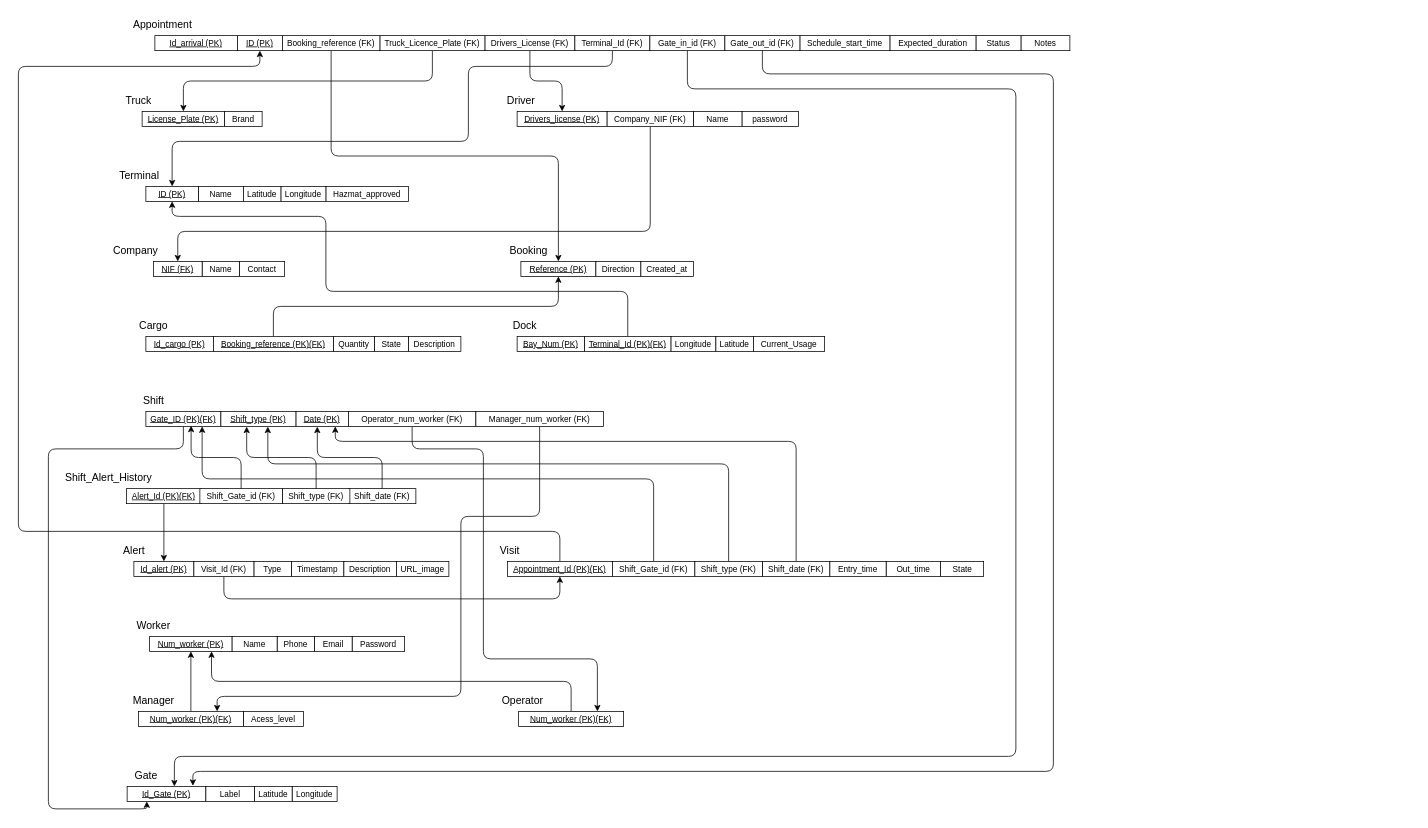
The draw.io diagram docs/bd/Relacional/ER-BD-IntelligentLogistics.drawio in PEI-HAZARDS/IntelligentLogistics, before the edit. Source tidied: cells renumbered, new cells numbered last; positions are measured from the earlier drawing's top-left corner, leaving out a move shared by most shapes. Both pictures are drawn from the tidied source at 75%, with x=0, y=0 at pixel (18, 13).
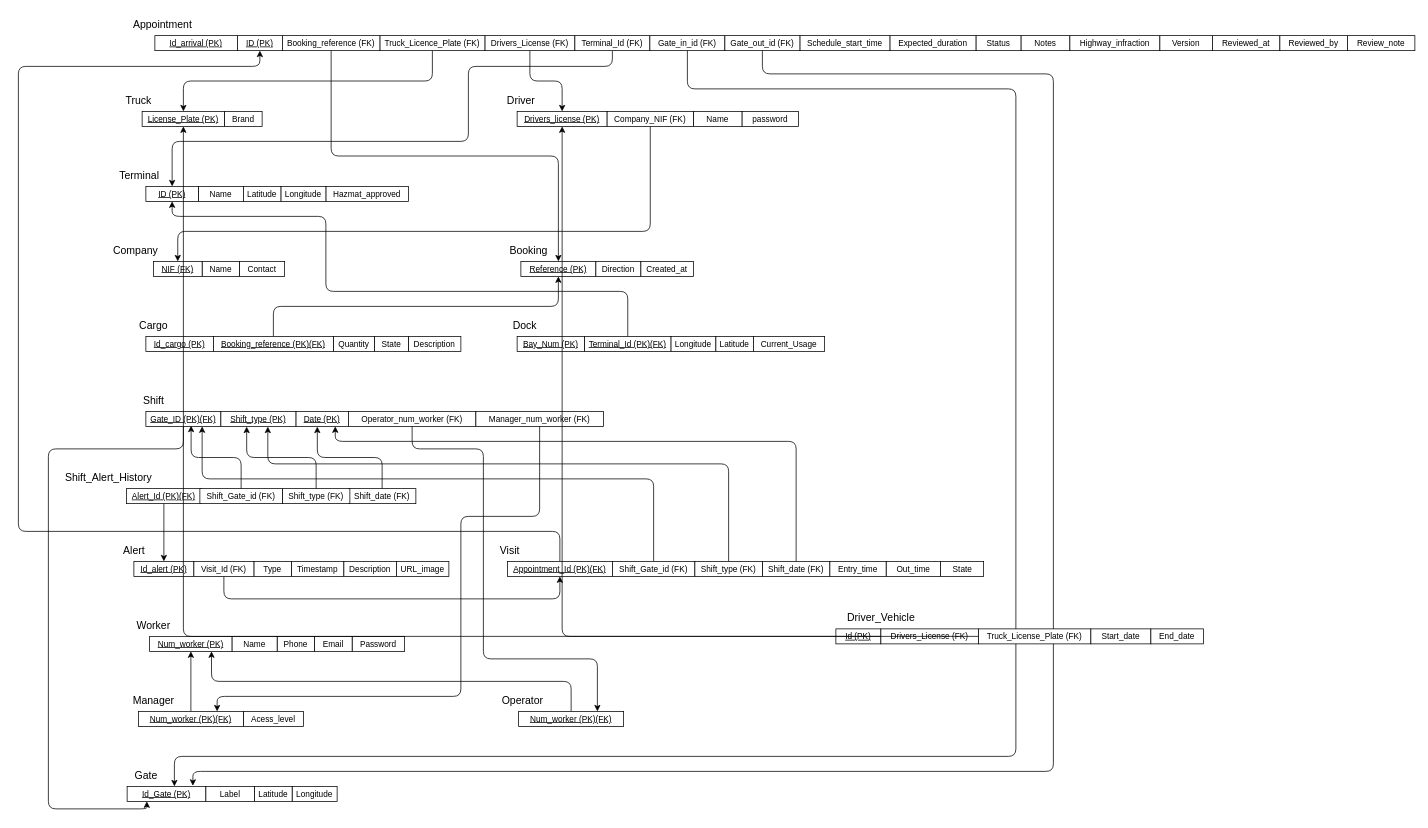
Above is the later version.

Commit message (it also covers changes not shown here):
Enhance database diagrams and update environment configurations

The change refers to these unchanged cells:
```xml
<mxCell id="2" value="&lt;font style=&quot;font-size: 11px;&quot;&gt;&lt;u&gt;License_Plate (PK)&lt;/u&gt;&lt;/font&gt;" style="rounded=0;whiteSpace=wrap;html=1;" parent="1" vertex="1">
  <mxGeometry x="165" y="131" width="110" height="20" as="geometry" />
</mxCell>
<mxCell id="20" value="&lt;font style=&quot;font-size: 11px;&quot;&gt;&lt;u&gt;Drivers_license (PK)&lt;/u&gt;&lt;/font&gt;" style="rounded=0;whiteSpace=wrap;html=1;" parent="1" vertex="1">
  <mxGeometry x="665" y="131" width="120" height="20" as="geometry" />
</mxCell>
```

Change to the diagram source:
```diff
@@
+    <mxCell id="114" value="&lt;font style=&quot;font-size: 11px;&quot;&gt;Highway_infraction&lt;/font&gt;" style="rounded=0;whiteSpace=wrap;html=1;" parent="1" vertex="1">
+      <mxGeometry x="1402" y="30" width="120" height="20" as="geometry" />
+    </mxCell>
+    <mxCell id="115" value="&lt;font style=&quot;font-size: 11px;&quot;&gt;Version&lt;/font&gt;" style="rounded=0;whiteSpace=wrap;html=1;" parent="1" vertex="1">
+      <mxGeometry x="1522" y="30" width="70" height="20" as="geometry" />
+    </mxCell>
+    <mxCell id="116" value="&lt;font style=&quot;font-size: 11px;&quot;&gt;Reviewed_at&lt;/font&gt;" style="rounded=0;whiteSpace=wrap;html=1;" parent="1" vertex="1">
+      <mxGeometry x="1592" y="30" width="90" height="20" as="geometry" />
+    </mxCell>
+    <mxCell id="117" value="&lt;font style=&quot;font-size: 11px;&quot;&gt;Reviewed_by&lt;/font&gt;" style="rounded=0;whiteSpace=wrap;html=1;" parent="1" vertex="1">
+      <mxGeometry x="1682" y="30" width="90" height="20" as="geometry" />
+    </mxCell>
+    <mxCell id="118" value="&lt;font style=&quot;font-size: 11px;&quot;&gt;Review_note&lt;/font&gt;" style="rounded=0;whiteSpace=wrap;html=1;" parent="1" vertex="1">
+      <mxGeometry x="1772" y="30" width="90" height="20" as="geometry" />
+    </mxCell>
+    <mxCell id="119" value="&lt;font style=&quot;font-size: 14px;&quot;&gt;Driver_Vehicle&lt;/font&gt;" style="text;html=1;align=center;verticalAlign=middle;strokeColor=none;fillColor=none;" parent="1" vertex="1">
+      <mxGeometry x="1090" y="791" width="120" height="30" as="geometry" />
+    </mxCell>
+    <mxCell id="120" value="&lt;font style=&quot;font-size: 11px;&quot;&gt;&lt;u&gt;Id (PK)&lt;/u&gt;&lt;/font&gt;" style="rounded=0;whiteSpace=wrap;html=1;" parent="1" vertex="1">
+      <mxGeometry x="1090" y="821" width="60" height="20" as="geometry" />
+    </mxCell>
+    <mxCell id="121" value="&lt;font style=&quot;font-size: 11px;&quot;&gt;Drivers_License (FK)&lt;/font&gt;" style="rounded=0;whiteSpace=wrap;html=1;" parent="1" vertex="1">
+      <mxGeometry x="1150" y="821" width="130" height="20" as="geometry" />
+    </mxCell>
+    <mxCell id="122" value="&lt;font style=&quot;font-size: 11px;&quot;&gt;Truck_License_Plate (FK)&lt;/font&gt;" style="rounded=0;whiteSpace=wrap;html=1;" parent="1" vertex="1">
+      <mxGeometry x="1280" y="821" width="150" height="20" as="geometry" />
+    </mxCell>
+    <mxCell id="123" value="&lt;font style=&quot;font-size: 11px;&quot;&gt;Start_date&lt;/font&gt;" style="rounded=0;whiteSpace=wrap;html=1;" parent="1" vertex="1">
+      <mxGeometry x="1430" y="821" width="80" height="20" as="geometry" />
+    </mxCell>
+    <mxCell id="124" value="&lt;font style=&quot;font-size: 11px;&quot;&gt;End_date&lt;/font&gt;" style="rounded=0;whiteSpace=wrap;html=1;" parent="1" vertex="1">
+      <mxGeometry x="1510" y="821" width="70" height="20" as="geometry" />
+    </mxCell>
+    <mxCell id="125" style="edgeStyle=orthogonalEdgeStyle;html=1;" parent="1" edge="1" source="121" target="20">
+      <mxGeometry relative="1" as="geometry" />
+    </mxCell>
+    <mxCell id="126" style="edgeStyle=orthogonalEdgeStyle;html=1;" parent="1" edge="1" source="122" target="2">
+      <mxGeometry relative="1" as="geometry" />
+    </mxCell>
```
